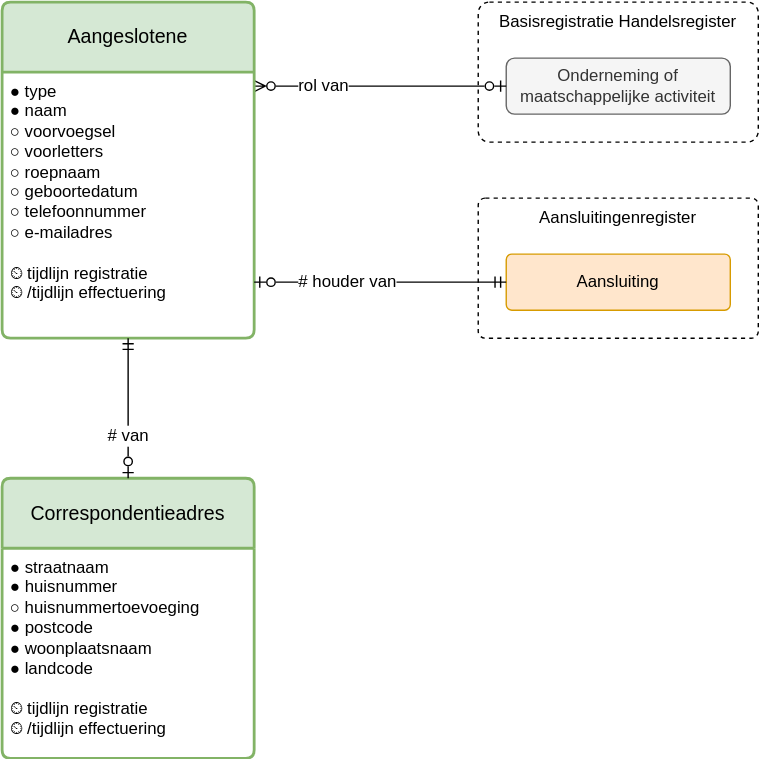
Above: registers/aangeslotenenregister/1.0/aangeslotenenregister.drawio.svg in Netbeheer-Nederland/stelsel (draw.io), before the change. Source tidied: cells renumbered, new cells last; positions are measured from the earlier drawing's top-left corner, leaving out a move shared by most shapes. The source it was exported from:
```xml
<mxGraphModel>
  <root>
    <mxCell id="0" />
    <mxCell id="1" parent="0" />
    <mxCell id="2" value="Basisregistratie Handelsregister" style="rounded=1;whiteSpace=wrap;html=1;verticalAlign=top;dashed=1;arcSize=8;" parent="1" vertex="1">
      <mxGeometry x="340" width="200" height="100" as="geometry" />
    </mxCell>
    <mxCell id="3" value="Aansluitingenregister" style="rounded=1;whiteSpace=wrap;html=1;verticalAlign=top;dashed=1;arcSize=5;" parent="1" vertex="1">
      <mxGeometry x="340" y="140" width="200" height="100" as="geometry" />
    </mxCell>
    <mxCell id="4" value="Onderneming of maatschappelijke activiteit" style="rounded=1;whiteSpace=wrap;html=1;fillColor=#f5f5f5;fontColor=#333333;strokeColor=#666666;" parent="1" vertex="1">
      <mxGeometry x="360" y="40" width="160" height="40" as="geometry" />
    </mxCell>
    <mxCell id="5" value="rol van" style="fontSize=12;html=1;endArrow=ERzeroToOne;startArrow=ERzeroToMany;rounded=0;endFill=0;startFill=0;elbow=vertical;align=left;edgeStyle=elbowEdgeStyle;" parent="1" edge="1" source="6" target="4">
      <mxGeometry x="-0.67" relative="1" as="geometry" />
    </mxCell>
    <mxCell id="6" value="&lt;div&gt;&lt;span style=&quot;background-color: transparent; color: light-dark(rgb(0, 0, 0), rgb(255, 255, 255));&quot;&gt;Aangeslotene&lt;/span&gt;&lt;/div&gt;" style="swimlane;horizontal=1;startSize=50;rounded=1;fontSize=14;fontStyle=0;strokeWidth=2;shadow=0;dashed=0;align=center;arcSize=4;whiteSpace=wrap;html=1;fillColor=#d5e8d4;strokeColor=#82b366;spacing=4;" parent="1" vertex="1">
      <mxGeometry width="180" height="240" as="geometry" />
    </mxCell>
    <mxCell id="7" value="&lt;div&gt;&lt;span style=&quot;background-color: transparent; color: light-dark(rgb(0, 0, 0), rgb(255, 255, 255));&quot;&gt;○ type&lt;/span&gt;&lt;/div&gt;&lt;div&gt;● naam&lt;/div&gt;&lt;div&gt;&lt;div&gt;&lt;span style=&quot;background-color: transparent; color: light-dark(rgb(0, 0, 0), rgb(255, 255, 255));&quot;&gt;○ voorvoegsel&lt;/span&gt;&lt;/div&gt;&lt;/div&gt;&lt;div&gt;○ voorletters&lt;/div&gt;&lt;div&gt;○ roepnaam&lt;/div&gt;&lt;div&gt;○ geboortedatum&lt;/div&gt;&lt;div&gt;&lt;span style=&quot;background-color: transparent; color: light-dark(rgb(0, 0, 0), rgb(255, 255, 255));&quot;&gt;○ telefoonnummer&lt;/span&gt;&lt;/div&gt;&lt;div&gt;&lt;div&gt;○ e-mailadres&lt;/div&gt;&lt;/div&gt;&lt;div&gt;&lt;br&gt;&lt;/div&gt;&lt;div&gt;&lt;span style=&quot;background-color: transparent; color: light-dark(rgb(0, 0, 0), rgb(255, 255, 255));&quot;&gt;⏲ tijdlijn registratie&lt;/span&gt;&lt;/div&gt;&lt;div&gt;&lt;span style=&quot;background-color: transparent;&quot;&gt;⏲ /tijdlijn effectuering&lt;/span&gt;&lt;/div&gt;" style="align=left;strokeColor=none;fillColor=none;spacingLeft=4;spacingRight=4;fontSize=12;verticalAlign=top;html=1;whiteSpace=wrap;" parent="6" vertex="1">
      <mxGeometry y="50" width="180" height="190" as="geometry" />
    </mxCell>
    <mxCell id="8" value="&lt;div&gt;Correspondentieadres&lt;/div&gt;" style="swimlane;horizontal=1;startSize=50;rounded=1;fontSize=14;fontStyle=0;strokeWidth=2;shadow=0;dashed=0;align=center;arcSize=4;whiteSpace=wrap;html=1;fillColor=#d5e8d4;strokeColor=#82b366;" parent="1" vertex="1">
      <mxGeometry y="340" width="180" height="200" as="geometry" />
    </mxCell>
    <mxCell id="9" value="&lt;div&gt;&lt;span style=&quot;background-color: transparent; color: light-dark(rgb(0, 0, 0), rgb(255, 255, 255));&quot;&gt;●&lt;/span&gt;&amp;nbsp;straatnaam&lt;/div&gt;&lt;div&gt;&lt;span style=&quot;background-color: transparent; color: light-dark(rgb(0, 0, 0), rgb(255, 255, 255));&quot;&gt;●&lt;/span&gt;&amp;nbsp;huisnummer&lt;/div&gt;&lt;div&gt;○ huisnummertoevoeging&lt;/div&gt;&lt;div&gt;&lt;span style=&quot;background-color: transparent; color: light-dark(rgb(0, 0, 0), rgb(255, 255, 255));&quot;&gt;●&lt;/span&gt;&amp;nbsp;postcode&lt;/div&gt;&lt;div&gt;&lt;span style=&quot;background-color: transparent; color: light-dark(rgb(0, 0, 0), rgb(255, 255, 255));&quot;&gt;●&lt;/span&gt;&amp;nbsp;woonplaatsnaam&lt;/div&gt;&lt;div&gt;&lt;span style=&quot;background-color: transparent; color: light-dark(rgb(0, 0, 0), rgb(255, 255, 255));&quot;&gt;●&lt;/span&gt;&amp;nbsp;landcode&lt;/div&gt;&lt;div&gt;&lt;br&gt;&lt;/div&gt;&lt;div&gt;&lt;span style=&quot;background-color: transparent; color: light-dark(rgb(0, 0, 0), rgb(255, 255, 255));&quot;&gt;⏲ tijdlijn registratie&lt;/span&gt;&lt;/div&gt;&lt;div&gt;&lt;span style=&quot;background-color: transparent;&quot;&gt;⏲ /tijdlijn effectuering&lt;/span&gt;&lt;/div&gt;" style="align=left;strokeColor=none;fillColor=none;spacingLeft=4;spacingRight=4;fontSize=12;verticalAlign=top;html=1;whiteSpace=wrap;" parent="8" vertex="1">
      <mxGeometry y="50" width="180" height="150" as="geometry" />
    </mxCell>
    <mxCell id="10" value="# van" style="edgeStyle=elbowEdgeStyle;fontSize=12;html=1;endArrow=ERmandOne;startArrow=ERzeroToOne;rounded=0;endFill=0;startFill=0;align=center;" parent="1" edge="1" source="8" target="6">
      <mxGeometry x="-0.4" relative="1" as="geometry" />
    </mxCell>
    <mxCell id="11" value="Aansluiting" style="rounded=1;arcSize=10;whiteSpace=wrap;html=1;align=center;fillColor=#ffe6cc;strokeColor=#d79b00;" parent="1" vertex="1">
      <mxGeometry x="360" y="180" width="160" height="40" as="geometry" />
    </mxCell>
    <mxCell id="12" value="#&amp;nbsp;&lt;span style=&quot;background-color: light-dark(#ffffff, var(--ge-dark-color, #121212)); color: light-dark(rgb(0, 0, 0), rgb(255, 255, 255));&quot;&gt;houder van&lt;/span&gt;" style="edgeStyle=elbowEdgeStyle;fontSize=12;html=1;endArrow=ERmandOne;startArrow=ERzeroToOne;rounded=0;endFill=0;startFill=0;elbow=vertical;align=left;" parent="1" edge="1" source="6" target="11">
      <mxGeometry x="-0.67" relative="1" as="geometry" />
    </mxCell>
  </root>
</mxGraphModel>
```
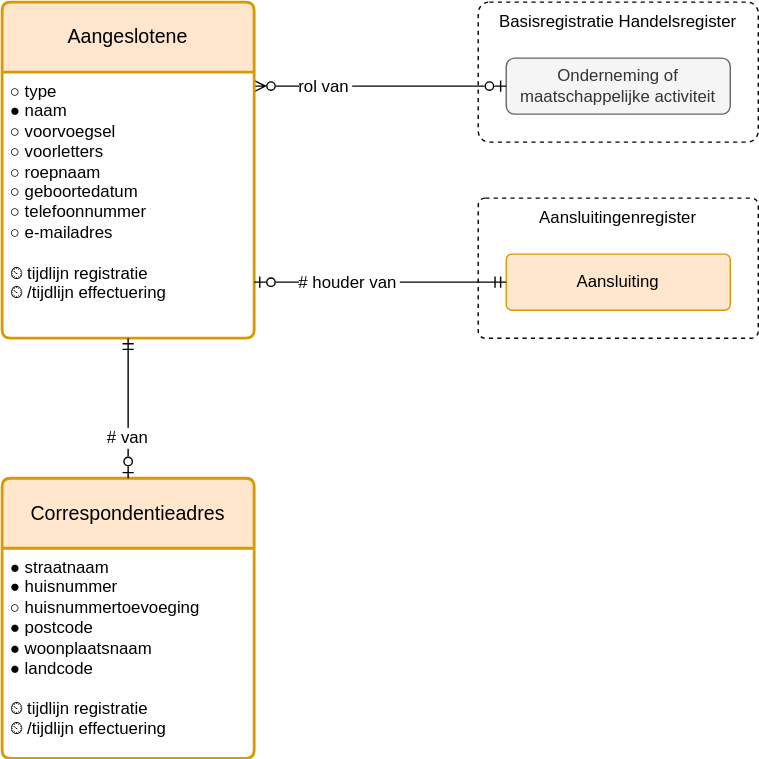
After the commit.

Change to the diagram source:
```diff
@@ -2,37 +2,37 @@
   <root>
     <mxCell id="0" />
     <mxCell id="1" parent="0" />
-    <mxCell id="2" value="Basisregistratie Handelsregister" style="rounded=1;whiteSpace=wrap;html=1;verticalAlign=top;dashed=1;arcSize=8;" parent="1" vertex="1">
+    <mxCell id="2" value="Basisregistratie Handelsregister" style="rounded=1;whiteSpace=wrap;verticalAlign=top;dashed=1;arcSize=8;" parent="1" vertex="1">
       <mxGeometry x="340" width="200" height="100" as="geometry" />
     </mxCell>
-    <mxCell id="3" value="Aansluitingenregister" style="rounded=1;whiteSpace=wrap;html=1;verticalAlign=top;dashed=1;arcSize=5;" parent="1" vertex="1">
+    <mxCell id="3" value="Aansluitingenregister" style="rounded=1;whiteSpace=wrap;verticalAlign=top;dashed=1;arcSize=5;" parent="1" vertex="1">
       <mxGeometry x="340" y="140" width="200" height="100" as="geometry" />
     </mxCell>
-    <mxCell id="4" value="Onderneming of maatschappelijke activiteit" style="rounded=1;whiteSpace=wrap;html=1;fillColor=#f5f5f5;fontColor=#333333;strokeColor=#666666;" parent="1" vertex="1">
+    <mxCell id="4" value="Onderneming of maatschappelijke activiteit" style="rounded=1;whiteSpace=wrap;fillColor=#f5f5f5;fontColor=#333333;strokeColor=#666666;" parent="1" vertex="1">
       <mxGeometry x="360" y="40" width="160" height="40" as="geometry" />
     </mxCell>
-    <mxCell id="5" value="rol van" style="fontSize=12;html=1;endArrow=ERzeroToOne;startArrow=ERzeroToMany;rounded=0;endFill=0;startFill=0;elbow=vertical;align=left;edgeStyle=elbowEdgeStyle;" parent="1" edge="1" source="6" target="4">
+    <mxCell id="5" value="rol van" style="fontSize=12;endArrow=ERzeroToOne;startArrow=ERzeroToMany;rounded=0;endFill=0;startFill=0;elbow=vertical;align=left;edgeStyle=elbowEdgeStyle;" parent="1" edge="1" source="6" target="4">
       <mxGeometry x="-0.67" relative="1" as="geometry" />
     </mxCell>
-    <mxCell id="6" value="&lt;div&gt;&lt;span style=&quot;background-color: transparent; color: light-dark(rgb(0, 0, 0), rgb(255, 255, 255));&quot;&gt;Aangeslotene&lt;/span&gt;&lt;/div&gt;" style="swimlane;horizontal=1;startSize=50;rounded=1;fontSize=14;fontStyle=0;strokeWidth=2;shadow=0;dashed=0;align=center;arcSize=4;whiteSpace=wrap;html=1;fillColor=#d5e8d4;strokeColor=#82b366;spacing=4;" parent="1" vertex="1">
+    <mxCell id="6" value="Aangeslotene" style="swimlane;horizontal=1;startSize=50;rounded=1;fontSize=14;fontStyle=0;strokeWidth=2;shadow=0;dashed=0;align=center;arcSize=4;whiteSpace=wrap;fillColor=#ffe6cc;strokeColor=#d79b00;spacing=4;" parent="1" vertex="1">
       <mxGeometry width="180" height="240" as="geometry" />
     </mxCell>
-    <mxCell id="7" value="&lt;div&gt;&lt;span style=&quot;background-color: transparent; color: light-dark(rgb(0, 0, 0), rgb(255, 255, 255));&quot;&gt;○ type&lt;/span&gt;&lt;/div&gt;&lt;div&gt;● naam&lt;/div&gt;&lt;div&gt;&lt;div&gt;&lt;span style=&quot;background-color: transparent; color: light-dark(rgb(0, 0, 0), rgb(255, 255, 255));&quot;&gt;○ voorvoegsel&lt;/span&gt;&lt;/div&gt;&lt;/div&gt;&lt;div&gt;○ voorletters&lt;/div&gt;&lt;div&gt;○ roepnaam&lt;/div&gt;&lt;div&gt;○ geboortedatum&lt;/div&gt;&lt;div&gt;&lt;span style=&quot;background-color: transparent; color: light-dark(rgb(0, 0, 0), rgb(255, 255, 255));&quot;&gt;○ telefoonnummer&lt;/span&gt;&lt;/div&gt;&lt;div&gt;&lt;div&gt;○ e-mailadres&lt;/div&gt;&lt;/div&gt;&lt;div&gt;&lt;br&gt;&lt;/div&gt;&lt;div&gt;&lt;span style=&quot;background-color: transparent; color: light-dark(rgb(0, 0, 0), rgb(255, 255, 255));&quot;&gt;⏲ tijdlijn registratie&lt;/span&gt;&lt;/div&gt;&lt;div&gt;&lt;span style=&quot;background-color: transparent;&quot;&gt;⏲ /tijdlijn effectuering&lt;/span&gt;&lt;/div&gt;" style="align=left;strokeColor=none;fillColor=none;spacingLeft=4;spacingRight=4;fontSize=12;verticalAlign=top;html=1;whiteSpace=wrap;" parent="6" vertex="1">
+    <mxCell id="7" value="○ type&#10;● naam&#10;○ voorvoegsel&#10;○ voorletters&#10;○ roepnaam&#10;○ geboortedatum&#10;○ telefoonnummer&#10;○ e-mailadres&#10;&#10;⏲ tijdlijn registratie&#10;⏲ /tijdlijn effectuering" style="align=left;strokeColor=none;fillColor=none;spacingLeft=4;spacingRight=4;fontSize=12;verticalAlign=top;whiteSpace=wrap;" parent="6" vertex="1">
       <mxGeometry y="50" width="180" height="190" as="geometry" />
     </mxCell>
-    <mxCell id="8" value="&lt;div&gt;Correspondentieadres&lt;/div&gt;" style="swimlane;horizontal=1;startSize=50;rounded=1;fontSize=14;fontStyle=0;strokeWidth=2;shadow=0;dashed=0;align=center;arcSize=4;whiteSpace=wrap;html=1;fillColor=#d5e8d4;strokeColor=#82b366;" parent="1" vertex="1">
+    <mxCell id="8" value="Correspondentieadres" style="swimlane;horizontal=1;startSize=50;rounded=1;fontSize=14;fontStyle=0;strokeWidth=2;shadow=0;dashed=0;align=center;arcSize=4;whiteSpace=wrap;fillColor=#ffe6cc;strokeColor=#d79b00;" parent="1" vertex="1">
       <mxGeometry y="340" width="180" height="200" as="geometry" />
     </mxCell>
-    <mxCell id="9" value="&lt;div&gt;&lt;span style=&quot;background-color: transparent; color: light-dark(rgb(0, 0, 0), rgb(255, 255, 255));&quot;&gt;●&lt;/span&gt;&amp;nbsp;straatnaam&lt;/div&gt;&lt;div&gt;&lt;span style=&quot;background-color: transparent; color: light-dark(rgb(0, 0, 0), rgb(255, 255, 255));&quot;&gt;●&lt;/span&gt;&amp;nbsp;huisnummer&lt;/div&gt;&lt;div&gt;○ huisnummertoevoeging&lt;/div&gt;&lt;div&gt;&lt;span style=&quot;background-color: transparent; color: light-dark(rgb(0, 0, 0), rgb(255, 255, 255));&quot;&gt;●&lt;/span&gt;&amp;nbsp;postcode&lt;/div&gt;&lt;div&gt;&lt;span style=&quot;background-color: transparent; color: light-dark(rgb(0, 0, 0), rgb(255, 255, 255));&quot;&gt;●&lt;/span&gt;&amp;nbsp;woonplaatsnaam&lt;/div&gt;&lt;div&gt;&lt;span style=&quot;background-color: transparent; color: light-dark(rgb(0, 0, 0), rgb(255, 255, 255));&quot;&gt;●&lt;/span&gt;&amp;nbsp;landcode&lt;/div&gt;&lt;div&gt;&lt;br&gt;&lt;/div&gt;&lt;div&gt;&lt;span style=&quot;background-color: transparent; color: light-dark(rgb(0, 0, 0), rgb(255, 255, 255));&quot;&gt;⏲ tijdlijn registratie&lt;/span&gt;&lt;/div&gt;&lt;div&gt;&lt;span style=&quot;background-color: transparent;&quot;&gt;⏲ /tijdlijn effectuering&lt;/span&gt;&lt;/div&gt;" style="align=left;strokeColor=none;fillColor=none;spacingLeft=4;spacingRight=4;fontSize=12;verticalAlign=top;html=1;whiteSpace=wrap;" parent="8" vertex="1">
+    <mxCell id="9" value="● straatnaam&#10;● huisnummer&#10;○ huisnummertoevoeging&#10;● postcode&#10;● woonplaatsnaam&#10;● landcode&#10;&#10;⏲ tijdlijn registratie&#10;⏲ /tijdlijn effectuering" style="align=left;strokeColor=none;fillColor=none;spacingLeft=4;spacingRight=4;fontSize=12;verticalAlign=top;whiteSpace=wrap;" parent="8" vertex="1">
       <mxGeometry y="50" width="180" height="150" as="geometry" />
     </mxCell>
-    <mxCell id="10" value="# van" style="edgeStyle=elbowEdgeStyle;fontSize=12;html=1;endArrow=ERmandOne;startArrow=ERzeroToOne;rounded=0;endFill=0;startFill=0;align=center;" parent="1" edge="1" source="8" target="6">
+    <mxCell id="10" value="# van" style="edgeStyle=elbowEdgeStyle;fontSize=12;endArrow=ERmandOne;startArrow=ERzeroToOne;rounded=0;endFill=0;startFill=0;align=center;" parent="1" edge="1" source="8" target="6">
       <mxGeometry x="-0.4" relative="1" as="geometry" />
     </mxCell>
-    <mxCell id="11" value="Aansluiting" style="rounded=1;arcSize=10;whiteSpace=wrap;html=1;align=center;fillColor=#ffe6cc;strokeColor=#d79b00;" parent="1" vertex="1">
+    <mxCell id="11" value="Aansluiting" style="rounded=1;arcSize=10;whiteSpace=wrap;align=center;fillColor=#ffe6cc;strokeColor=#d79b00;" parent="1" vertex="1">
       <mxGeometry x="360" y="180" width="160" height="40" as="geometry" />
     </mxCell>
-    <mxCell id="12" value="#&amp;nbsp;&lt;span style=&quot;background-color: light-dark(#ffffff, var(--ge-dark-color, #121212)); color: light-dark(rgb(0, 0, 0), rgb(255, 255, 255));&quot;&gt;houder van&lt;/span&gt;" style="edgeStyle=elbowEdgeStyle;fontSize=12;html=1;endArrow=ERmandOne;startArrow=ERzeroToOne;rounded=0;endFill=0;startFill=0;elbow=vertical;align=left;" parent="1" edge="1" source="6" target="11">
+    <mxCell id="12" value="# houder van" style="edgeStyle=elbowEdgeStyle;fontSize=12;endArrow=ERmandOne;startArrow=ERzeroToOne;rounded=0;endFill=0;startFill=0;elbow=vertical;align=left;" parent="1" edge="1" source="6" target="11">
       <mxGeometry x="-0.67" relative="1" as="geometry" />
     </mxCell>
   </root>
```
